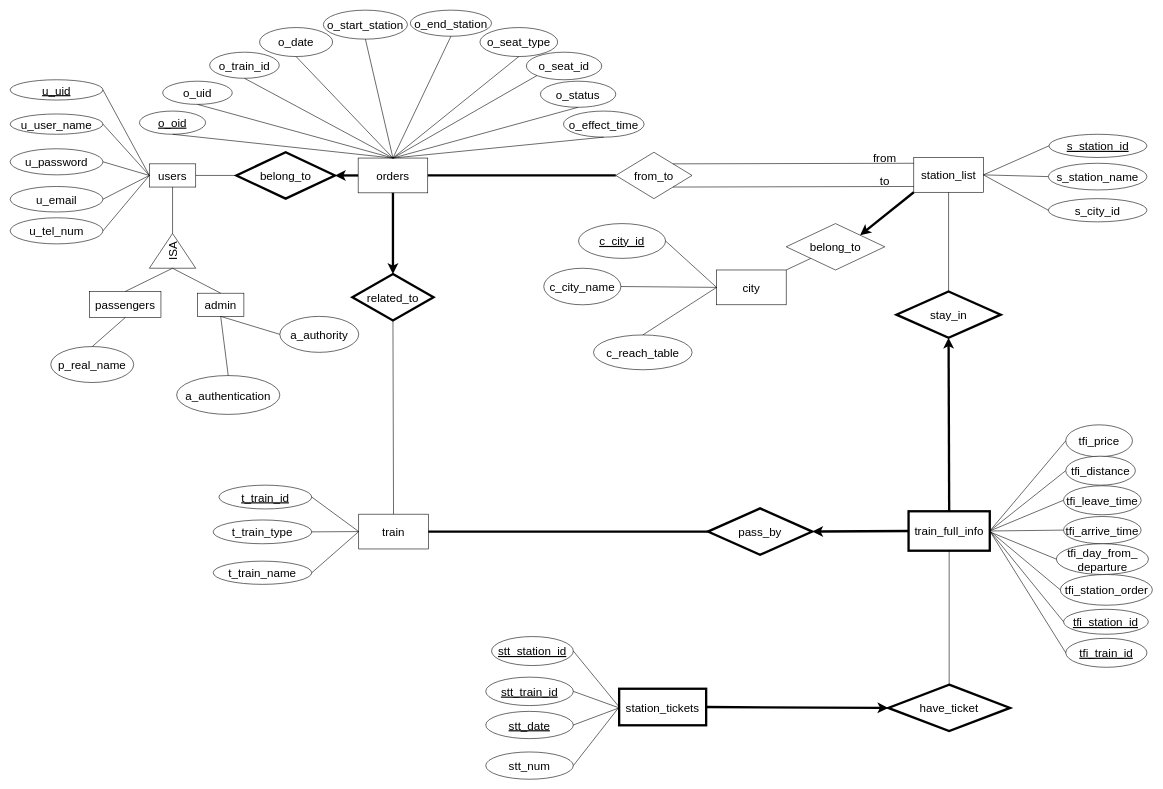
Before: doc/report-01/figures/RE_2.drawio in ETOgaosion/12306, a draw.io diagram. Source tidied: cells renumbered, new cells numbered last; positions are measured from the earlier drawing's top-left corner, leaving out a move shared by most shapes. Both pictures are drawn from the tidied source at 58%, with x=0, y=0 at pixel (10, 10).
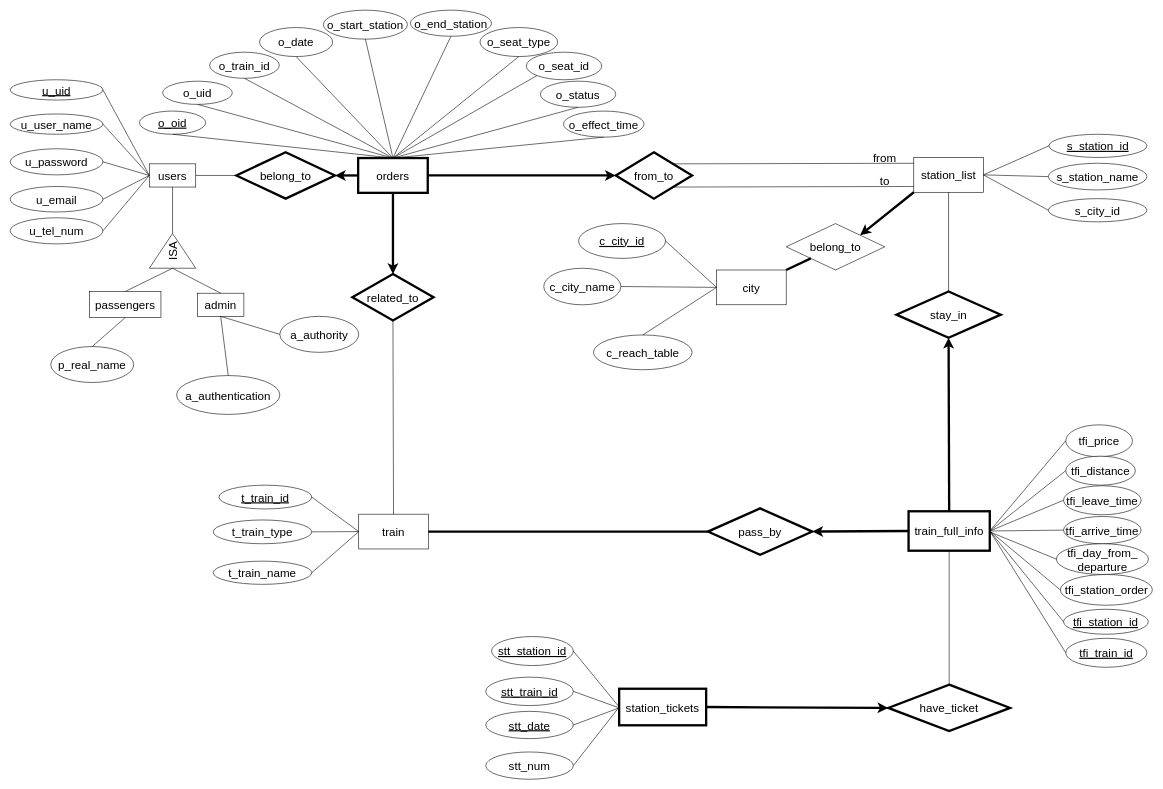
Above is the later version.

The change refers to these unchanged cells:
```xml
<mxCell id="79" value="&lt;font style=&quot;font-size: 20px&quot;&gt;belong_to&lt;/font&gt;" style="rhombus;whiteSpace=wrap;html=1;" parent="1" vertex="1">
  <mxGeometry x="1338" y="368" width="170" height="80" as="geometry" />
</mxCell>
<mxCell id="80" value="&lt;font style=&quot;font-size: 20px&quot;&gt;city&lt;/font&gt;" style="rounded=0;whiteSpace=wrap;html=1;" parent="1" vertex="1">
  <mxGeometry x="1218" y="448" width="120" height="60" as="geometry" />
</mxCell>
```

The edit, as a diff of the source:
```diff
@@
+    <mxCell id="111" style="edgeStyle=orthogonalEdgeStyle;rounded=0;jettySize=auto;html=1;exitX=1;exitY=0.5;exitDx=0;exitDy=0;entryX=0;entryY=0.5;entryDx=0;entryDy=0;strokeWidth=4;" parent="1" edge="1" source="15" target="63">
+      <mxGeometry relative="1" as="geometry" />
+    </mxCell>
-    <mxCell id="15" value="&lt;font style=&quot;font-size: 20px&quot;&gt;orders&lt;/font&gt;" style="rounded=0;whiteSpace=wrap;html=1;" parent="1" vertex="1">
+    <mxCell id="15" value="&lt;font style=&quot;font-size: 20px&quot;&gt;orders&lt;/font&gt;" style="rounded=0;whiteSpace=wrap;html=1;strokeWidth=4;" parent="1" vertex="1">
       <mxGeometry x="600" y="255" width="120" height="60" as="geometry" />
     </mxCell>
@@
-    <mxCell id="63" value="&lt;font style=&quot;font-size: 20px&quot;&gt;from_to&lt;/font&gt;" style="rhombus;whiteSpace=wrap;html=1;" parent="1" vertex="1">
+    <mxCell id="63" value="&lt;font style=&quot;font-size: 20px&quot;&gt;from_to&lt;/font&gt;" style="rhombus;whiteSpace=wrap;html=1;strokeWidth=4;" parent="1" vertex="1">
       <mxGeometry x="1044.2" y="245" width="131.5" height="80" as="geometry" />
     </mxCell>
@@
-    <mxCell id="81" style="endArrow=none;html=1;rounded=0;entryX=0;entryY=1;entryDx=0;entryDy=0;exitX=1;exitY=0;exitDx=0;exitDy=0;strokeWidth=1;" parent="1" edge="1" source="80" target="79">
+    <mxCell id="81" style="endArrow=none;html=1;rounded=0;entryX=0;entryY=1;entryDx=0;entryDy=0;exitX=1;exitY=0;exitDx=0;exitDy=0;strokeWidth=4;" parent="1" edge="1" source="80" target="79">
       <mxGeometry relative="1" as="geometry" />
     </mxCell>
@@
-    <mxCell id="111" style="endArrow=none;html=1;rounded=0;strokeWidth=4;exitX=1;exitY=0.5;exitDx=0;exitDy=0;entryX=0;entryY=0.5;entryDx=0;entryDy=0;" parent="1" edge="1" source="15" target="63">
-      <mxGeometry relative="1" as="geometry" />
-    </mxCell>
```
